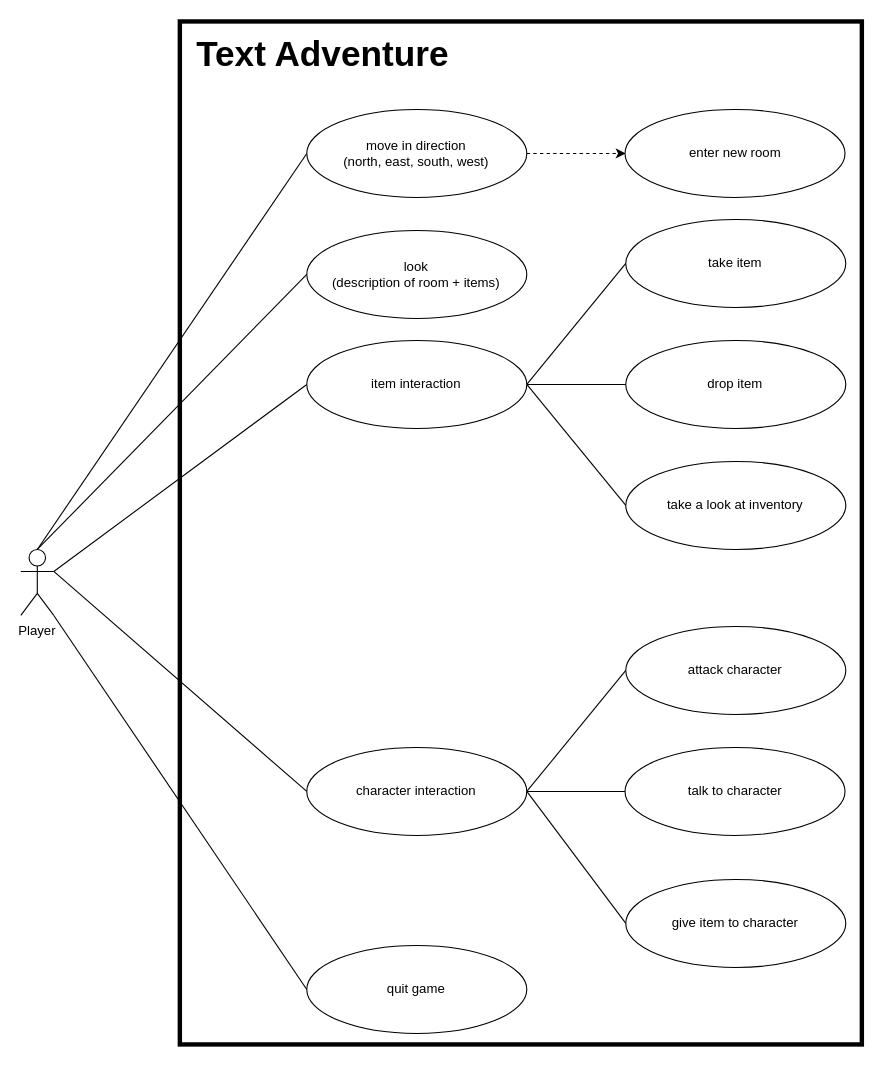
Before: Concept/UML/UseCase.drawio in keckluis/Softwaredesign_Abschlussaufgabe, a draw.io diagram. Source tidied: cells renumbered, new cells numbered last; positions are measured from the earlier drawing's top-left corner, leaving out a move shared by most shapes. Both pictures are drawn from the tidied source at 110%, with x=0, y=0 at pixel (20, 21).
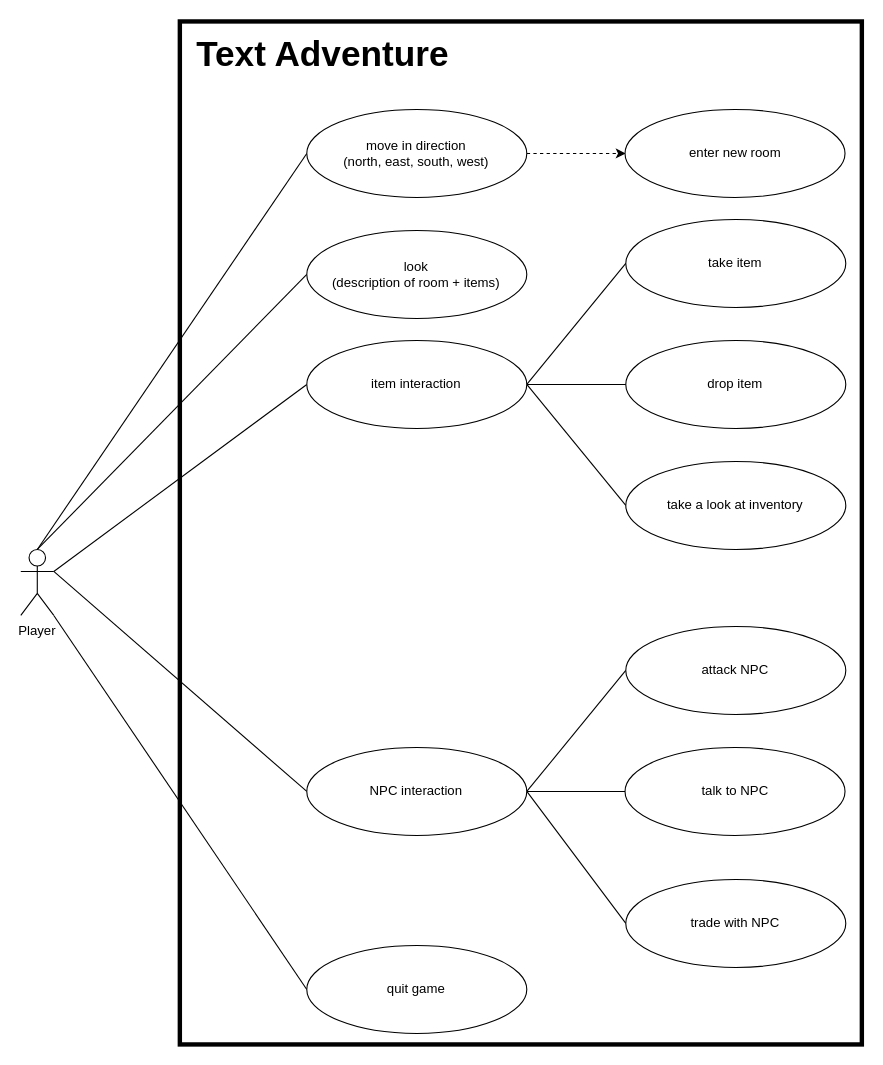
After the change.

Diff of the diagram source:
```diff
@@
-    <mxCell id="16" value="talk to character" style="ellipse;whiteSpace=wrap;html=1;" parent="1" vertex="1">
+    <mxCell id="16" value="talk to NPC" style="ellipse;whiteSpace=wrap;html=1;" parent="1" vertex="1">
       <mxGeometry x="549.7" y="660" width="200" height="80" as="geometry" />
     </mxCell>
@@
-    <mxCell id="18" value="attack character" style="ellipse;whiteSpace=wrap;html=1;" parent="1" vertex="1">
+    <mxCell id="18" value="attack NPC" style="ellipse;whiteSpace=wrap;html=1;" parent="1" vertex="1">
       <mxGeometry x="550.4" y="550" width="200" height="80" as="geometry" />
     </mxCell>
@@
-    <mxCell id="20" value="give item to character" style="ellipse;whiteSpace=wrap;html=1;" parent="1" vertex="1">
+    <mxCell id="20" value="trade with NPC" style="ellipse;whiteSpace=wrap;html=1;" parent="1" vertex="1">
       <mxGeometry x="550.4" y="780" width="200" height="80" as="geometry" />
     </mxCell>
@@
-    <mxCell id="26" value="character interaction" style="ellipse;whiteSpace=wrap;html=1;" parent="1" vertex="1">
+    <mxCell id="26" value="NPC interaction" style="ellipse;whiteSpace=wrap;html=1;" parent="1" vertex="1">
       <mxGeometry x="260.4" y="660" width="200" height="80" as="geometry" />
     </mxCell>
```
